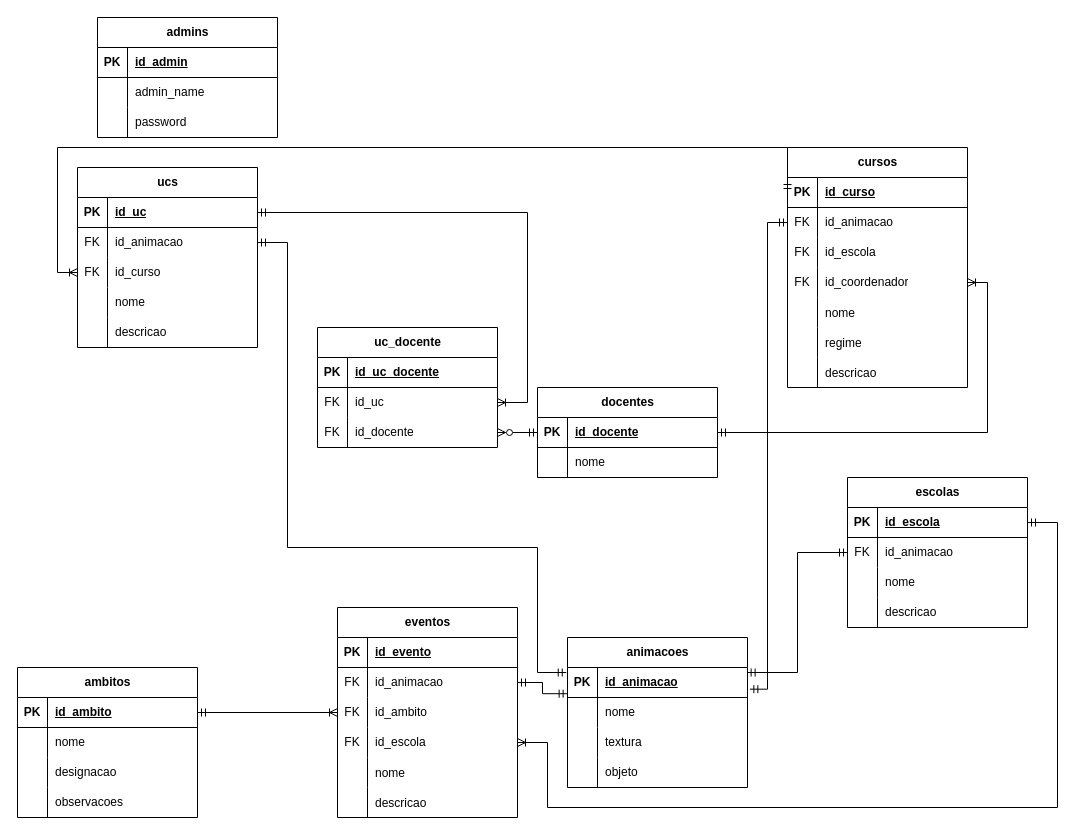
FranciscoPPimenta/ProjetoFinal keeps this draw.io diagram as DatabaseDrawing.drawio. Above is the earlier version. Source tidied: cells renumbered, new cells numbered last; positions are measured from the earlier drawing's top-left corner, leaving out a move shared by most shapes. Both pictures are drawn from the tidied source at 100%, with x=0, y=0 at pixel (17, 17).
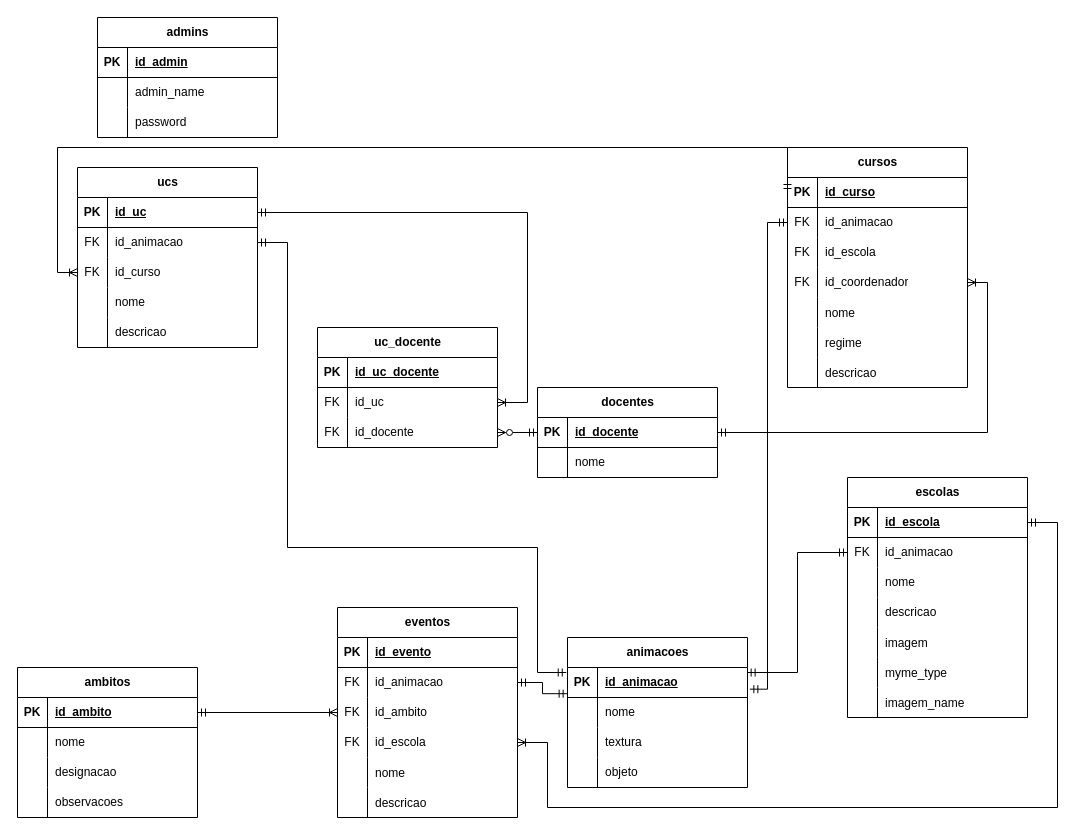
The same diagram, later.

Change to the diagram source:
```diff
@@
     <mxCell id="54" value="escolas" style="shape=table;startSize=30;childLayout=tableLayout;rowLines=0;fontStyle=1;align=center;html=1;" parent="1" vertex="1">
-      <mxGeometry x="830" y="460" width="180" height="150" as="geometry" />
+      <mxGeometry x="830" y="460" width="180" height="240" as="geometry" />
     </mxCell>
@@
+    <mxCell id="135" style="shape=tableRow;horizontal=0;startSize=0;swimlaneHead=0;swimlaneBody=0;fillColor=none;top=0;left=0;right=0;bottom=0;" parent="54" vertex="1">
+      <mxGeometry y="150" width="180" height="30" as="geometry" />
+    </mxCell>
+    <mxCell id="136" style="shape=partialRectangle;fillColor=none;top=0;left=0;bottom=0;right=0;overflow=hidden;" parent="135" vertex="1">
+      <mxGeometry width="30" height="30" as="geometry" />
+    </mxCell>
+    <mxCell id="137" value="imagem" style="shape=partialRectangle;fillColor=none;top=0;left=0;bottom=0;right=0;align=left;spacingLeft=6;overflow=hidden;" parent="135" vertex="1">
+      <mxGeometry x="30" width="150" height="30" as="geometry" />
+    </mxCell>
+    <mxCell id="138" style="shape=tableRow;horizontal=0;startSize=0;swimlaneHead=0;swimlaneBody=0;fillColor=none;top=0;left=0;right=0;bottom=0;" parent="54" vertex="1">
+      <mxGeometry y="180" width="180" height="30" as="geometry" />
+    </mxCell>
+    <mxCell id="139" style="shape=partialRectangle;fillColor=none;top=0;left=0;bottom=0;right=0;overflow=hidden;" parent="138" vertex="1">
+      <mxGeometry width="30" height="30" as="geometry" />
+    </mxCell>
+    <mxCell id="140" value="myme_type" style="shape=partialRectangle;fillColor=none;top=0;left=0;bottom=0;right=0;align=left;spacingLeft=6;overflow=hidden;" parent="138" vertex="1">
+      <mxGeometry x="30" width="150" height="30" as="geometry" />
+    </mxCell>
+    <mxCell id="141" style="shape=tableRow;horizontal=0;startSize=0;swimlaneHead=0;swimlaneBody=0;fillColor=none;top=0;left=0;right=0;bottom=0;" parent="54" vertex="1">
+      <mxGeometry y="210" width="180" height="30" as="geometry" />
+    </mxCell>
+    <mxCell id="142" style="shape=partialRectangle;fillColor=none;top=0;left=0;bottom=0;right=0;overflow=hidden;" parent="141" vertex="1">
+      <mxGeometry width="30" height="30" as="geometry" />
+    </mxCell>
+    <mxCell id="143" value="imagem_name" style="shape=partialRectangle;fillColor=none;top=0;left=0;bottom=0;right=0;align=left;spacingLeft=6;overflow=hidden;" parent="141" vertex="1">
+      <mxGeometry x="30" width="150" height="30" as="geometry" />
+    </mxCell>
```
